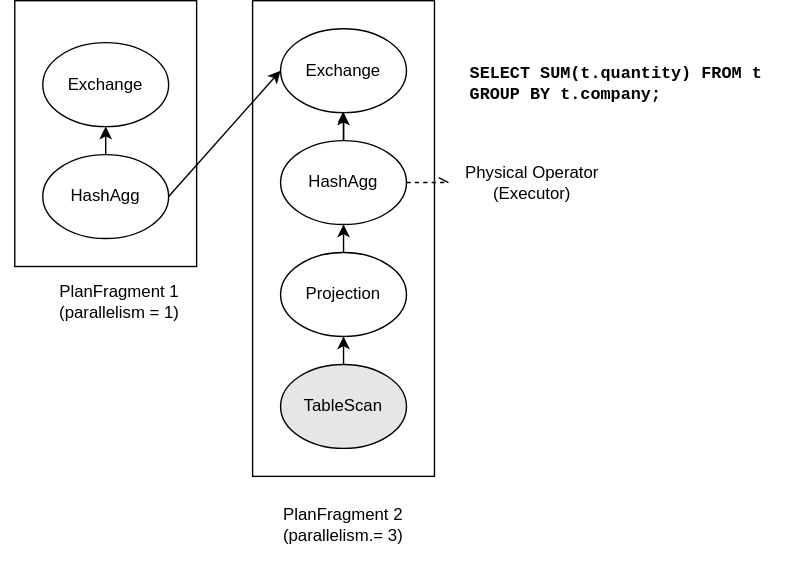
piedb-dev/piestream keeps this draw.io diagram as docs/images/architecture-design/plan-fragments.svg. Above is the earlier version. Source tidied: cells renumbered, new cells last; positions are measured from the earlier drawing's top-left corner, leaving out a move shared by most shapes.
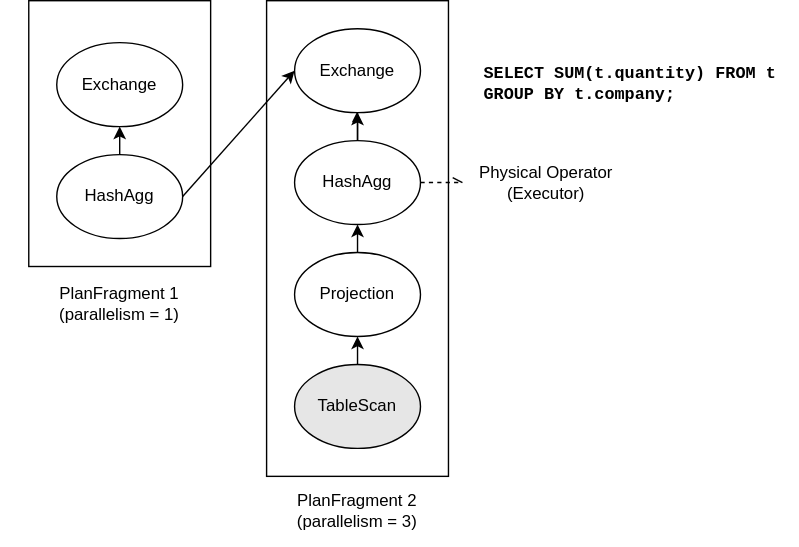
After the commit.

Diff of the diagram source:
```diff
@@ -36,10 +36,10 @@
       <mxGeometry relative="1" as="geometry" />
     </mxCell>
     <mxCell id="13" value="PlanFragment 1&lt;br /&gt;(parallelism = 1)" style="text;html=1;strokeColor=none;fillColor=none;align=center;verticalAlign=middle;whiteSpace=wrap;rounded=0;" parent="1" vertex="1">
-      <mxGeometry y="190" width="170" height="50" as="geometry" />
+      <mxGeometry x="-10" y="192" width="170" height="50" as="geometry" />
     </mxCell>
-    <mxCell id="14" value="PlanFragment 2&lt;br /&gt;(parallelism.= 3)" style="text;html=1;strokeColor=none;fillColor=none;align=center;verticalAlign=middle;whiteSpace=wrap;rounded=0;" parent="1" vertex="1">
-      <mxGeometry x="160" y="350" width="170" height="50" as="geometry" />
+    <mxCell id="14" value="PlanFragment 2&lt;br&gt;(parallelism = 3)" style="text;html=1;strokeColor=none;fillColor=none;align=center;verticalAlign=middle;whiteSpace=wrap;rounded=0;" parent="1" vertex="1">
+      <mxGeometry x="160" y="340" width="170" height="50" as="geometry" />
     </mxCell>
     <mxCell id="15" value="Physical Operator (Executor)" style="text;html=1;strokeColor=none;fillColor=none;align=center;verticalAlign=middle;whiteSpace=wrap;rounded=0;" parent="1" vertex="1">
       <mxGeometry x="320" y="110" width="120" height="40" as="geometry" />
```
